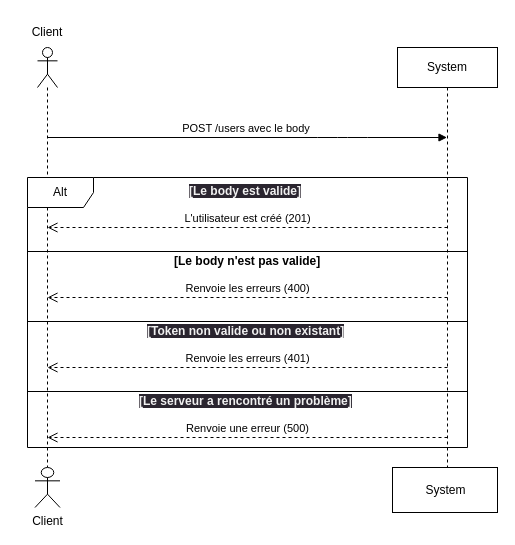
Earlier version of the draw.io diagram public/UML/sd_POST-utilisateur.drawio (Tony-marques/P7_bilemo). Source tidied: cells renumbered, new cells numbered last; positions are measured from the earlier drawing's top-left corner, leaving out a move shared by most shapes. Both pictures are drawn from the tidied source at 100%, with x=0, y=0 at pixel (17, 17).
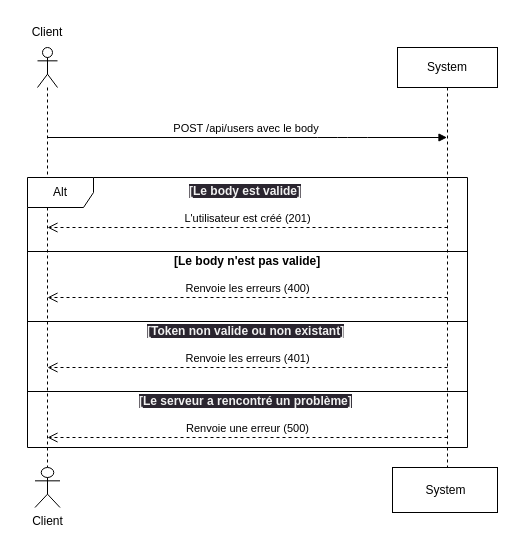
The same page after the edit.

The change refers to these unchanged cells:
```xml
<mxCell id="2" value="System" style="shape=umlLifeline;perimeter=lifelinePerimeter;whiteSpace=wrap;html=1;outlineConnect=0;" parent="1" vertex="1">
  <mxGeometry x="380" y="30" width="100" height="420" as="geometry" />
</mxCell>
<mxCell id="3" style="shape=umlLifeline;participant=umlActor;perimeter=lifelinePerimeter;whiteSpace=wrap;html=1;verticalAlign=top;spacingTop=36;outlineConnect=0;fontStyle=1;" parent="1" vertex="1">
  <mxGeometry x="20" y="30" width="20" height="420" as="geometry" />
</mxCell>
```

The edit, as a diff of the source:
```diff
@@
-    <mxCell id="4" value="POST /users avec le body&amp;nbsp;" style="html=1;verticalAlign=bottom;endArrow=block;" parent="1" edge="1" source="3" target="2">
+    <mxCell id="4" value="POST /api/users avec le body&amp;nbsp;" style="html=1;verticalAlign=bottom;endArrow=block;" parent="1" edge="1" source="3" target="2">
       <mxGeometry relative="1" as="geometry">
         <Array as="points">
           <mxPoint x="310" y="120" />
           <mxPoint x="340" y="120" />
         </Array>
       </mxGeometry>
     </mxCell>
```
